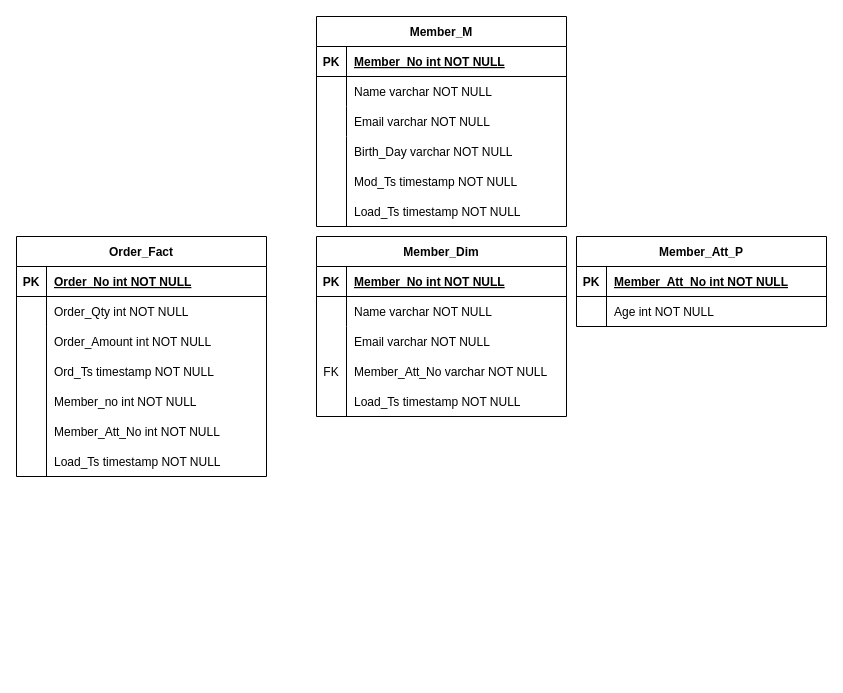
This is DW-pj.drawio from Gbuum/dw-pj, a draw.io file, before an edit. Source tidied: cells renumbered, new cells numbered last; positions are measured from the earlier drawing's top-left corner, leaving out a move shared by most shapes. Both pictures are drawn from the tidied source at 100%, with x=0, y=0 at pixel (16, 16).
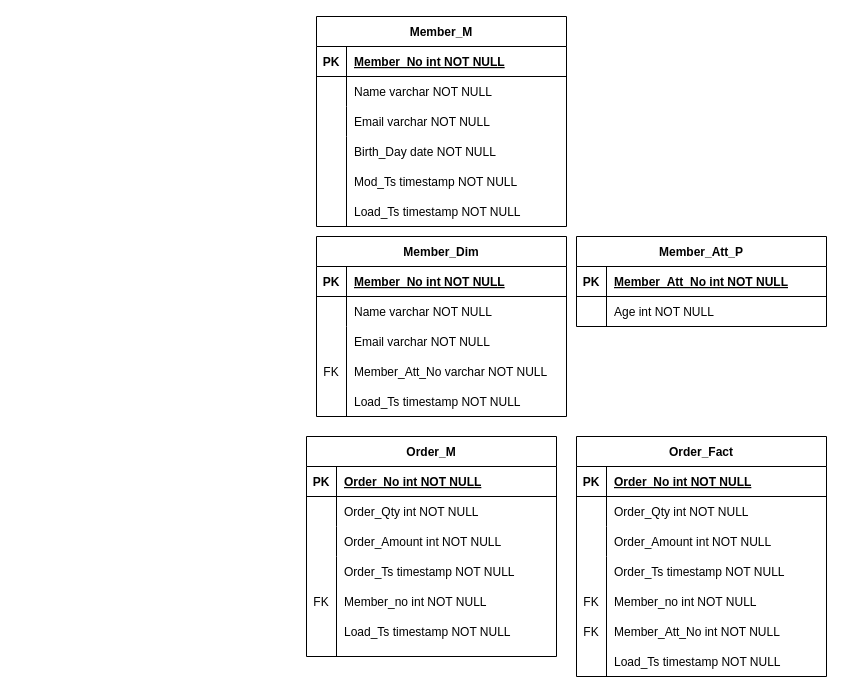
The same diagram, later.

The change refers to these unchanged cells:
```xml
<mxCell id="36" style="shape=partialRectangle;fillColor=none;points=[[0,0.5],[1,0.5]];portConstraint=eastwest;top=0;left=0;right=0;bottom=0;" parent="32" vertex="1">
  <mxGeometry y="60" width="250" height="30" as="geometry" />
</mxCell>
```

Diff of the diagram source:
```diff
@@
-    <mxCell id="12" value="Birth_Day varchar NOT NULL" style="shape=partialRectangle;overflow=hidden;fillColor=none;top=0;left=0;bottom=0;right=0;align=left;spacingLeft=6;" parent="1" vertex="1">
+    <mxCell id="12" value="Birth_Day date NOT NULL" style="shape=partialRectangle;overflow=hidden;fillColor=none;top=0;left=0;bottom=0;right=0;align=left;spacingLeft=6;" parent="1" vertex="1">
       <mxGeometry x="330" y="120" width="220" height="30" as="geometry" />
     </mxCell>
@@
     <mxCell id="32" value="Order_Fact" style="shape=table;startSize=30;childLayout=tableLayout;rowLines=0;fontStyle=1;align=center;" parent="1" vertex="1">
-      <mxGeometry y="220" width="250" height="240" as="geometry" />
+      <mxGeometry x="560" y="420" width="250" height="240" as="geometry" />
     </mxCell>
@@
-    <mxCell id="42" style="endArrow=none;html=1;rounded=0;entryX=0.12;entryY=1;entryDx=0;entryDy=0;entryPerimeter=0;" parent="1" edge="1" target="36">
+    <mxCell id="42" style="endArrow=none;html=1;rounded=0;" parent="1" edge="1">
       <mxGeometry relative="1" as="geometry">
-        <mxPoint x="30" y="460" as="sourcePoint" />
+        <mxPoint x="590" y="660" as="sourcePoint" />
+        <mxPoint x="590" y="540" as="targetPoint" />
       </mxGeometry>
     </mxCell>
     <mxCell id="43" value="Member_Att_No int NOT NULL" style="shape=partialRectangle;overflow=hidden;fillColor=none;top=0;left=0;bottom=0;right=0;align=left;spacingLeft=6;" parent="1" vertex="1">
-      <mxGeometry x="30" y="400" width="220" height="30" as="geometry" />
+      <mxGeometry x="590" y="600" width="220" height="30" as="geometry" />
     </mxCell>
-    <mxCell id="44" value="Ord_Ts timestamp NOT NULL" style="shape=partialRectangle;overflow=hidden;fillColor=none;top=0;left=0;bottom=0;right=0;align=left;spacingLeft=6;" parent="1" vertex="1">
-      <mxGeometry x="30" y="340" width="220" height="30" as="geometry" />
+    <mxCell id="44" value="Order_Ts timestamp NOT NULL" style="shape=partialRectangle;overflow=hidden;fillColor=none;top=0;left=0;bottom=0;right=0;align=left;spacingLeft=6;" parent="1" vertex="1">
+      <mxGeometry x="590" y="540" width="220" height="30" as="geometry" />
     </mxCell>
     <mxCell id="45" value="Member_no int NOT NULL" style="shape=partialRectangle;overflow=hidden;fillColor=none;top=0;left=0;bottom=0;right=0;align=left;spacingLeft=6;" parent="1" vertex="1">
-      <mxGeometry x="30" y="370" width="220" height="30" as="geometry" />
+      <mxGeometry x="590" y="570" width="220" height="30" as="geometry" />
     </mxCell>
     <mxCell id="46" value="Load_Ts timestamp NOT NULL" style="shape=partialRectangle;overflow=hidden;fillColor=none;top=0;left=0;bottom=0;right=0;align=left;spacingLeft=6;" parent="1" vertex="1">
-      <mxGeometry x="30" y="430" width="220" height="30" as="geometry" />
+      <mxGeometry x="590" y="630" width="220" height="30" as="geometry" />
     </mxCell>
@@
+    <mxCell id="50" value="Order_M" style="shape=table;startSize=30;childLayout=tableLayout;rowLines=0;fontStyle=1;align=center;" parent="1" vertex="1">
+      <mxGeometry x="290" y="420" width="250" height="220" as="geometry" />
+    </mxCell>
+    <mxCell id="51" style="shape=partialRectangle;fillColor=none;top=0;left=0;right=0;bottom=1;" parent="50" vertex="1">
+      <mxGeometry y="30" width="250" height="30" as="geometry" />
+    </mxCell>
+    <mxCell id="52" value="PK" style="shape=partialRectangle;overflow=hidden;fillColor=none;top=0;left=0;bottom=0;right=0;fontStyle=1;" parent="51" vertex="1">
+      <mxGeometry width="30" height="30" as="geometry" />
+    </mxCell>
+    <mxCell id="53" value="Order_No int NOT NULL" style="shape=partialRectangle;overflow=hidden;fillColor=none;top=0;left=0;bottom=0;right=0;align=left;spacingLeft=6;fontStyle=5;spacing=2;" parent="51" vertex="1">
+      <mxGeometry x="30" width="220" height="30" as="geometry" />
+    </mxCell>
+    <mxCell id="54" style="shape=partialRectangle;fillColor=none;top=0;left=0;right=0;bottom=0;" parent="50" vertex="1">
+      <mxGeometry y="60" width="250" height="30" as="geometry" />
+    </mxCell>
+    <mxCell id="55" style="shape=partialRectangle;overflow=hidden;fillColor=none;top=0;left=0;bottom=0;right=0;" parent="54" vertex="1">
+      <mxGeometry width="30" height="30" as="geometry" />
+    </mxCell>
+    <mxCell id="56" value="Order_Qty int NOT NULL" style="shape=partialRectangle;overflow=hidden;fillColor=none;top=0;left=0;bottom=0;right=0;align=left;spacingLeft=6;" parent="54" vertex="1">
+      <mxGeometry x="30" width="220" height="30" as="geometry" />
+    </mxCell>
+    <mxCell id="57" style="shape=partialRectangle;fillColor=none;top=0;left=0;right=0;bottom=0;" parent="50" vertex="1">
+      <mxGeometry y="90" width="250" height="30" as="geometry" />
+    </mxCell>
+    <mxCell id="58" style="shape=partialRectangle;overflow=hidden;fillColor=none;top=0;left=0;bottom=0;right=0;" parent="57" vertex="1">
+      <mxGeometry width="30" height="30" as="geometry" />
+    </mxCell>
+    <mxCell id="59" value="Order_Amount int NOT NULL" style="shape=partialRectangle;overflow=hidden;fillColor=none;top=0;left=0;bottom=0;right=0;align=left;spacingLeft=6;" parent="57" vertex="1">
+      <mxGeometry x="30" width="220" height="30" as="geometry" />
+    </mxCell>
+    <mxCell id="60" style="endArrow=none;html=1;rounded=0;" parent="1" edge="1">
+      <mxGeometry relative="1" as="geometry">
+        <mxPoint x="320" y="640" as="sourcePoint" />
+        <mxPoint x="320" y="540" as="targetPoint" />
+      </mxGeometry>
+    </mxCell>
+    <mxCell id="61" value="Order_Ts timestamp NOT NULL" style="shape=partialRectangle;overflow=hidden;fillColor=none;top=0;left=0;bottom=0;right=0;align=left;spacingLeft=6;" parent="1" vertex="1">
+      <mxGeometry x="320" y="540" width="220" height="30" as="geometry" />
+    </mxCell>
+    <mxCell id="62" value="Member_no int NOT NULL" style="shape=partialRectangle;overflow=hidden;fillColor=none;top=0;left=0;bottom=0;right=0;align=left;spacingLeft=6;" parent="1" vertex="1">
+      <mxGeometry x="320" y="570" width="220" height="30" as="geometry" />
+    </mxCell>
+    <mxCell id="63" value="Load_Ts timestamp NOT NULL" style="shape=partialRectangle;overflow=hidden;fillColor=none;top=0;left=0;bottom=0;right=0;align=left;spacingLeft=6;" parent="1" vertex="1">
+      <mxGeometry x="320" y="600" width="220" height="30" as="geometry" />
+    </mxCell>
+    <mxCell id="64" value="FK" style="shape=partialRectangle;overflow=hidden;fillColor=none;top=0;left=0;bottom=0;right=0;fontStyle=0;" parent="1" vertex="1">
+      <mxGeometry x="290" y="570" width="30" height="30" as="geometry" />
+    </mxCell>
+    <mxCell id="65" value="FK" style="shape=partialRectangle;overflow=hidden;fillColor=none;top=0;left=0;bottom=0;right=0;fontStyle=0;" parent="1" vertex="1">
+      <mxGeometry x="560" y="570" width="30" height="30" as="geometry" />
+    </mxCell>
+    <mxCell id="66" value="FK" style="shape=partialRectangle;overflow=hidden;fillColor=none;top=0;left=0;bottom=0;right=0;fontStyle=0;" parent="1" vertex="1">
+      <mxGeometry x="560" y="600" width="30" height="30" as="geometry" />
+    </mxCell>
```
